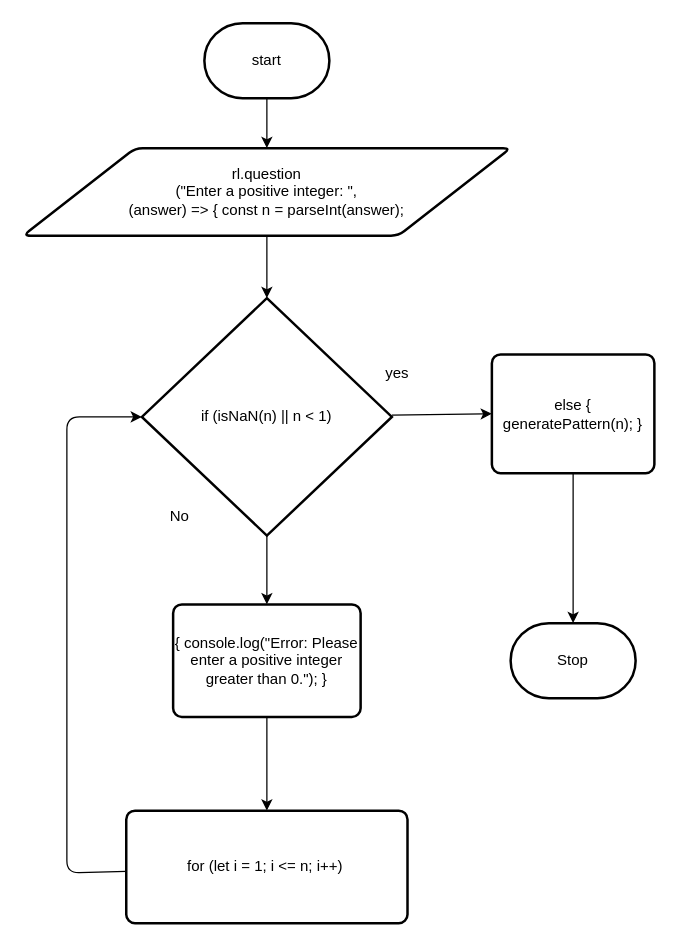
The draw.io diagram design/assignment#4.drawio in Emmanuel-Fofeyin/ICS4U-Assignment4-Typescript, before the edit. Source tidied: cells renumbered, new cells numbered last; positions are measured from the earlier drawing's top-left corner, leaving out a move shared by most shapes. Both pictures are drawn from the tidied source at 125%, with x=0, y=0 at pixel (22, 22).
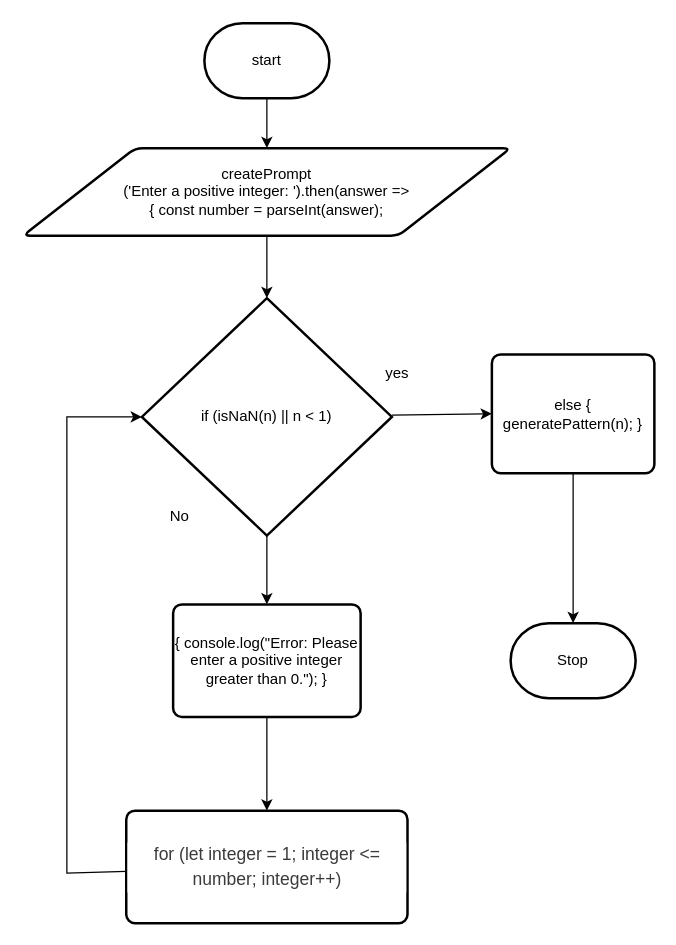
The same page after the edit.

Diff of the diagram source:
```diff
@@
 <mxGraphModel>
   <root>
     <mxCell id="0" />
     <mxCell id="1" parent="0" />
     <mxCell id="2" style="edgeStyle=none;html=1;entryX=0.5;entryY=0;entryDx=0;entryDy=0;" parent="1" edge="1" source="3" target="5">
       <mxGeometry relative="1" as="geometry" />
     </mxCell>
     <mxCell id="3" value="start" style="strokeWidth=2;html=1;shape=mxgraph.flowchart.terminator;whiteSpace=wrap;" parent="1" vertex="1">
       <mxGeometry x="145" width="100" height="60" as="geometry" />
     </mxCell>
     <mxCell id="4" style="edgeStyle=none;html=1;entryX=0.5;entryY=0;entryDx=0;entryDy=0;entryPerimeter=0;" parent="1" edge="1" source="5" target="8">
       <mxGeometry relative="1" as="geometry" />
     </mxCell>
-    <mxCell id="5" value="rl.question&lt;br&gt;(&quot;Enter a positive integer: &quot;, &lt;br&gt;(answer) =&amp;gt; { const n = parseInt(answer);" style="shape=parallelogram;html=1;strokeWidth=2;perimeter=parallelogramPerimeter;whiteSpace=wrap;rounded=1;arcSize=12;size=0.23;" parent="1" vertex="1">
+    <mxCell id="5" value="createPrompt&lt;br&gt;('Enter a positive integer: ').then(answer =&amp;gt; &lt;br&gt;{ const number = parseInt(answer);" style="shape=parallelogram;html=1;strokeWidth=2;perimeter=parallelogramPerimeter;whiteSpace=wrap;rounded=1;arcSize=12;size=0.23;" parent="1" vertex="1">
       <mxGeometry y="100" width="390" height="70" as="geometry" />
     </mxCell>
     <mxCell id="6" style="edgeStyle=none;html=1;entryX=0;entryY=0.5;entryDx=0;entryDy=0;" parent="1" edge="1" source="8" target="12">
       <mxGeometry relative="1" as="geometry" />
     </mxCell>
     <mxCell id="7" style="edgeStyle=none;html=1;entryX=0.5;entryY=0;entryDx=0;entryDy=0;" parent="1" edge="1" source="8" target="15">
       <mxGeometry relative="1" as="geometry" />
     </mxCell>
     <mxCell id="8" value="if (isNaN(n) || n &amp;lt; 1)" style="strokeWidth=2;html=1;shape=mxgraph.flowchart.decision;whiteSpace=wrap;" parent="1" vertex="1">
       <mxGeometry x="95" y="220" width="200" height="190" as="geometry" />
     </mxCell>
     <mxCell id="9" value="yes" style="text;html=1;align=center;verticalAlign=middle;strokeColor=none;fillColor=none;" parent="1" vertex="1">
       <mxGeometry x="279" y="265" width="40" height="30" as="geometry" />
     </mxCell>
     <mxCell id="10" value="No" style="text;html=1;align=center;verticalAlign=middle;strokeColor=none;fillColor=none;" parent="1" vertex="1">
       <mxGeometry x="105" y="380" width="40" height="30" as="geometry" />
     </mxCell>
     <mxCell id="11" style="edgeStyle=none;html=1;entryX=0.5;entryY=0;entryDx=0;entryDy=0;entryPerimeter=0;" parent="1" edge="1" source="12" target="13">
       <mxGeometry relative="1" as="geometry" />
     </mxCell>
     <mxCell id="12" value="else { generatePattern(n); }" style="rounded=1;whiteSpace=wrap;html=1;absoluteArcSize=1;arcSize=14;strokeWidth=2;" parent="1" vertex="1">
       <mxGeometry x="375" y="265" width="130" height="95" as="geometry" />
     </mxCell>
     <mxCell id="13" value="Stop" style="strokeWidth=2;html=1;shape=mxgraph.flowchart.terminator;whiteSpace=wrap;" parent="1" vertex="1">
       <mxGeometry x="390" y="480" width="100" height="60" as="geometry" />
     </mxCell>
     <mxCell id="14" style="edgeStyle=none;html=1;entryX=0.5;entryY=0;entryDx=0;entryDy=0;" parent="1" edge="1" source="15" target="17">
       <mxGeometry relative="1" as="geometry" />
     </mxCell>
     <mxCell id="15" value="{ console.log(&quot;Error: Please enter a positive integer greater than 0.&quot;); }" style="rounded=1;whiteSpace=wrap;html=1;absoluteArcSize=1;arcSize=14;strokeWidth=2;" parent="1" vertex="1">
       <mxGeometry x="120" y="465" width="150" height="90" as="geometry" />
     </mxCell>
-    <mxCell id="16" style="edgeStyle=none;html=1;entryX=0;entryY=0.5;entryDx=0;entryDy=0;entryPerimeter=0;" parent="1" edge="1" source="17" target="8">
+    <mxCell id="16" style="edgeStyle=none;html=1;entryX=0;entryY=0.5;entryDx=0;entryDy=0;entryPerimeter=0;rounded=0;" parent="1" edge="1" source="17" target="8">
       <mxGeometry relative="1" as="geometry">
         <Array as="points">
           <mxPoint x="35" y="680" />
           <mxPoint x="35" y="315" />
         </Array>
       </mxGeometry>
     </mxCell>
-    <mxCell id="17" value="for (let i = 1; i &amp;lt;= n; i++)&amp;nbsp;" style="rounded=1;whiteSpace=wrap;html=1;absoluteArcSize=1;arcSize=14;strokeWidth=2;" parent="1" vertex="1">
+    <mxCell id="17" value="&lt;div style=&quot;background-color: rgb(255, 255, 255); line-height: 19px;&quot;&gt;&lt;font color=&quot;#3b3b3b&quot;&gt;&lt;span style=&quot;font-size: 14px;&quot;&gt;for (let integer = 1; integer &amp;lt;= number; integer++)&lt;/span&gt;&lt;/font&gt;&lt;br&gt;&lt;/div&gt;" style="rounded=1;whiteSpace=wrap;html=1;absoluteArcSize=1;arcSize=14;strokeWidth=2;" parent="1" vertex="1">
       <mxGeometry x="82.5" y="630" width="225" height="90" as="geometry" />
     </mxCell>
   </root>
 </mxGraphModel>
```
